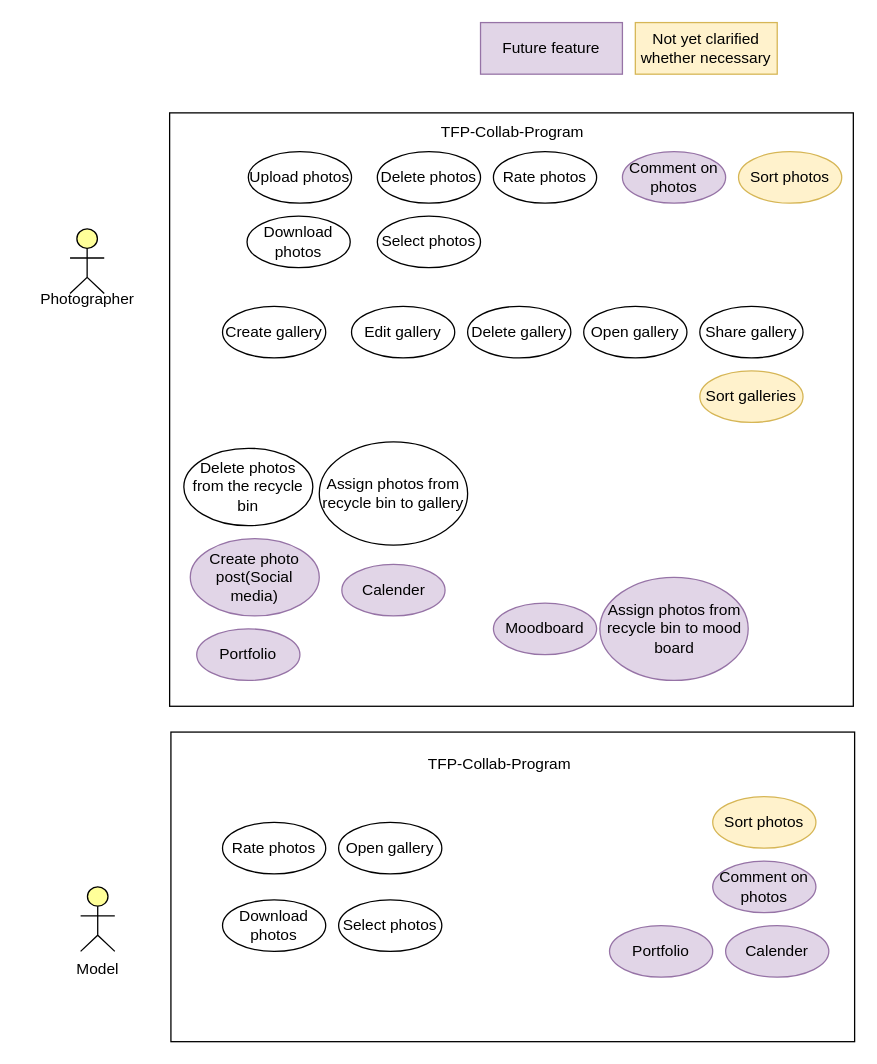
MGuese/tfp-collaboration-platform keeps this draw.io diagram as UseCases/Use Cases Overview.drawio. Above is the earlier version. Source tidied: cells renumbered, new cells numbered last; positions are measured from the earlier drawing's top-left corner, leaving out a move shared by most shapes. Both pictures are drawn from the tidied source at 129%, with x=0, y=0 at pixel (22, 22).
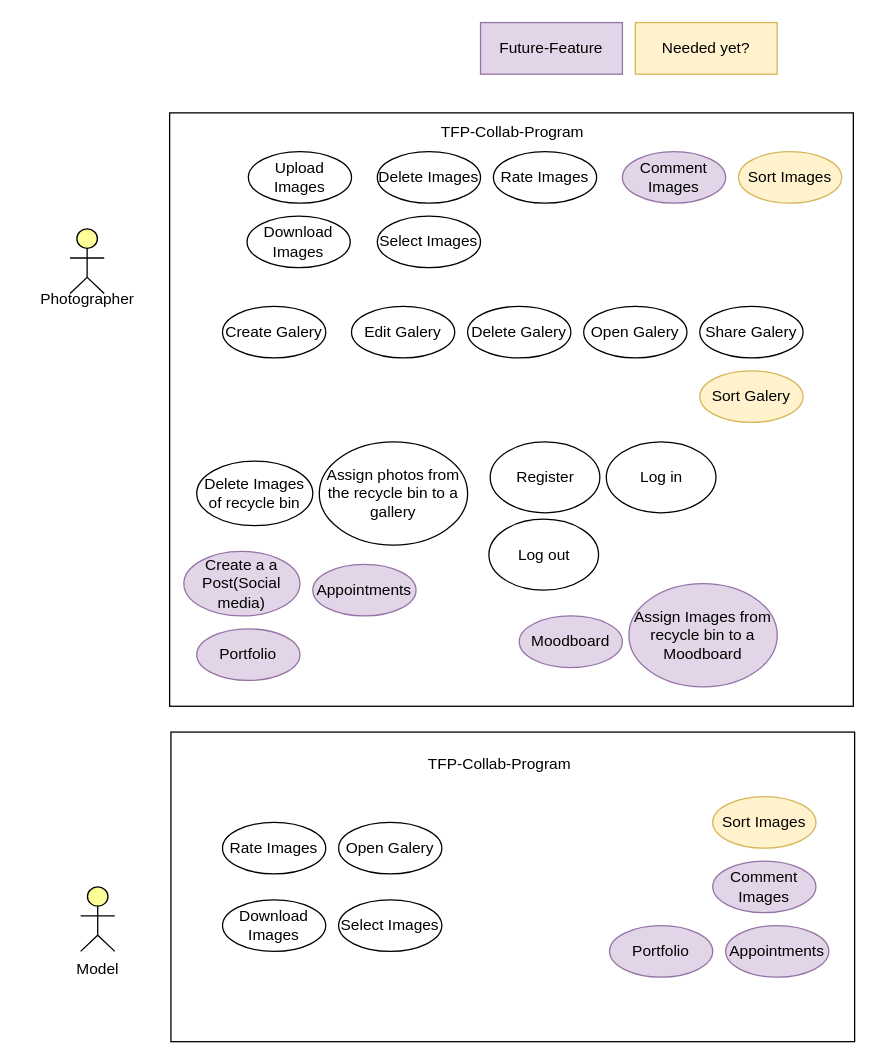
After the change.

Unchanged cells that the change refers to:
```xml
<mxCell id="4" style="group;" parent="1" vertex="1">
  <mxGeometry x="15" y="160" width="85" height="70" as="geometry" />
</mxCell>
```

Change to the diagram source:
```diff
@@
-    <mxCell id="3" value="Upload photos" style="ellipse;html=1;whiteSpace=wrap;" parent="1" vertex="1">
+    <mxCell id="3" value="Upload Images" style="ellipse;whiteSpace=wrap;html=1;" parent="1" vertex="1">
       <mxGeometry x="175" y="100" width="80" height="40" as="geometry" />
     </mxCell>
@@
-    <mxCell id="6" value="&lt;div&gt;Photographer&lt;/div&gt;" style="text;html=1;align=center;verticalAlign=middle;strokeColor=none;fillColor=none;" parent="4" vertex="1">
+    <mxCell id="6" value="Photographer" style="text;html=1;align=center;verticalAlign=middle;strokeColor=none;fillColor=none;" parent="4" vertex="1">
       <mxGeometry x="-15" y="40" width="100" height="30" as="geometry" />
     </mxCell>
@@
-    <mxCell id="8" value="Delete photos" style="ellipse;whiteSpace=wrap;html=1;" parent="1" vertex="1">
+    <mxCell id="8" value="Delete Images" style="ellipse;whiteSpace=wrap;html=1;" parent="1" vertex="1">
       <mxGeometry x="275" y="100" width="80" height="40" as="geometry" />
     </mxCell>
-    <mxCell id="9" value="Create gallery" style="ellipse;whiteSpace=wrap;html=1;" parent="1" vertex="1">
+    <mxCell id="9" value="Create Galery" style="ellipse;whiteSpace=wrap;html=1;" parent="1" vertex="1">
       <mxGeometry x="155" y="220" width="80" height="40" as="geometry" />
     </mxCell>
-    <mxCell id="10" value="Edit gallery" style="ellipse;whiteSpace=wrap;html=1;" parent="1" vertex="1">
+    <mxCell id="10" value="Edit Galery" style="ellipse;whiteSpace=wrap;html=1;" parent="1" vertex="1">
       <mxGeometry x="255" y="220" width="80" height="40" as="geometry" />
     </mxCell>
-    <mxCell id="11" value="Delete gallery" style="ellipse;whiteSpace=wrap;html=1;" parent="1" vertex="1">
+    <mxCell id="11" value="Delete Galery" style="ellipse;whiteSpace=wrap;html=1;" parent="1" vertex="1">
       <mxGeometry x="345" y="220" width="80" height="40" as="geometry" />
     </mxCell>
-    <mxCell id="12" value="Sort photos" style="ellipse;whiteSpace=wrap;html=1;labelBackgroundColor=none;fillColor=#fff2cc;strokeColor=#d6b656;" parent="1" vertex="1">
+    <mxCell id="12" value="Sort Images" style="ellipse;whiteSpace=wrap;html=1;labelBackgroundColor=none;fillColor=#fff2cc;strokeColor=#d6b656;" parent="1" vertex="1">
       <mxGeometry x="555" y="100" width="80" height="40" as="geometry" />
     </mxCell>
-    <mxCell id="13" value="Not yet clarified whether necessary" style="text;html=1;align=center;verticalAlign=middle;whiteSpace=wrap;rounded=0;fillColor=#fff2cc;strokeColor=#d6b656;" parent="1" vertex="1">
+    <mxCell id="13" value="Needed yet?" style="text;html=1;align=center;verticalAlign=middle;whiteSpace=wrap;rounded=0;fillColor=#fff2cc;strokeColor=#d6b656;" parent="1" vertex="1">
       <mxGeometry x="475" width="110" height="40" as="geometry" />
     </mxCell>
-    <mxCell id="14" value="Share gallery" style="ellipse;whiteSpace=wrap;html=1;" parent="1" vertex="1">
+    <mxCell id="14" value="Share Galery" style="ellipse;whiteSpace=wrap;html=1;" parent="1" vertex="1">
       <mxGeometry x="525" y="220" width="80" height="40" as="geometry" />
     </mxCell>
-    <mxCell id="15" value="Open gallery" style="ellipse;whiteSpace=wrap;html=1;" parent="1" vertex="1">
+    <mxCell id="15" value="Open Galery" style="ellipse;whiteSpace=wrap;html=1;" parent="1" vertex="1">
       <mxGeometry x="435" y="220" width="80" height="40" as="geometry" />
     </mxCell>
-    <mxCell id="16" value="Create photo post(Social media)" style="ellipse;whiteSpace=wrap;html=1;labelBackgroundColor=none;fillColor=#e1d5e7;strokeColor=#9673a6;" parent="1" vertex="1">
-      <mxGeometry x="130" y="400" width="100" height="60" as="geometry" />
+    <mxCell id="16" value="Create a a Post(Social media)" style="ellipse;whiteSpace=wrap;html=1;labelBackgroundColor=none;fillColor=#e1d5e7;strokeColor=#9673a6;" parent="1" vertex="1">
+      <mxGeometry x="125" y="410" width="90" height="50" as="geometry" />
     </mxCell>
-    <mxCell id="17" value="Future feature" style="text;html=1;align=center;verticalAlign=middle;whiteSpace=wrap;rounded=0;fillColor=#e1d5e7;strokeColor=#9673a6;" parent="1" vertex="1">
+    <mxCell id="17" value="Future-Feature" style="text;html=1;align=center;verticalAlign=middle;whiteSpace=wrap;rounded=0;fillColor=#e1d5e7;strokeColor=#9673a6;" parent="1" vertex="1">
       <mxGeometry x="355" width="110" height="40" as="geometry" />
     </mxCell>
-    <mxCell id="18" value="Sort galleries" style="ellipse;whiteSpace=wrap;html=1;labelBackgroundColor=none;fillColor=#fff2cc;strokeColor=#d6b656;" parent="1" vertex="1">
+    <mxCell id="18" value="Sort Galery" style="ellipse;whiteSpace=wrap;html=1;labelBackgroundColor=none;fillColor=#fff2cc;strokeColor=#d6b656;" parent="1" vertex="1">
       <mxGeometry x="525" y="270" width="80" height="40" as="geometry" />
     </mxCell>
-    <mxCell id="19" value="Calender" style="ellipse;whiteSpace=wrap;html=1;fillColor=#e1d5e7;strokeColor=#9673a6;" parent="1" vertex="1">
-      <mxGeometry x="247.5" y="420" width="80" height="40" as="geometry" />
+    <mxCell id="19" value="Appointments" style="ellipse;whiteSpace=wrap;html=1;fillColor=#e1d5e7;strokeColor=#9673a6;" parent="1" vertex="1">
+      <mxGeometry x="225" y="420" width="80" height="40" as="geometry" />
     </mxCell>
     <mxCell id="20" value="Moodboard" style="ellipse;whiteSpace=wrap;html=1;fillColor=#e1d5e7;strokeColor=#9673a6;" parent="1" vertex="1">
-      <mxGeometry x="365" y="450" width="80" height="40" as="geometry" />
+      <mxGeometry x="385" y="460" width="80" height="40" as="geometry" />
     </mxCell>
@@
-    <mxCell id="22" value="Rate photos" style="ellipse;whiteSpace=wrap;html=1;" parent="1" vertex="1">
+    <mxCell id="22" value="Rate Images" style="ellipse;whiteSpace=wrap;html=1;" parent="1" vertex="1">
       <mxGeometry x="365" y="100" width="80" height="40" as="geometry" />
     </mxCell>
@@
-    <mxCell id="25" value="Download photos" style="ellipse;whiteSpace=wrap;html=1;" parent="1" vertex="1">
+    <mxCell id="25" value="Download Images" style="ellipse;whiteSpace=wrap;html=1;" parent="1" vertex="1">
       <mxGeometry x="155" y="680" width="80" height="40" as="geometry" />
     </mxCell>
-    <mxCell id="26" value="Open gallery" style="ellipse;whiteSpace=wrap;html=1;" parent="1" vertex="1">
+    <mxCell id="26" value="Open Galery" style="ellipse;whiteSpace=wrap;html=1;" parent="1" vertex="1">
       <mxGeometry x="245" y="620" width="80" height="40" as="geometry" />
     </mxCell>
-    <mxCell id="27" value="Sort photos" style="ellipse;whiteSpace=wrap;html=1;labelBackgroundColor=none;fillColor=#fff2cc;strokeColor=#d6b656;" parent="1" vertex="1">
+    <mxCell id="27" value="Sort Images" style="ellipse;whiteSpace=wrap;html=1;labelBackgroundColor=none;fillColor=#fff2cc;strokeColor=#d6b656;" parent="1" vertex="1">
       <mxGeometry x="535" y="600" width="80" height="40" as="geometry" />
     </mxCell>
-    <mxCell id="28" value="Rate photos" style="ellipse;whiteSpace=wrap;html=1;" parent="1" vertex="1">
+    <mxCell id="28" value="Rate Images" style="ellipse;whiteSpace=wrap;html=1;" parent="1" vertex="1">
       <mxGeometry x="155" y="620" width="80" height="40" as="geometry" />
     </mxCell>
-    <mxCell id="29" value="Download photos" style="ellipse;whiteSpace=wrap;html=1;" parent="1" vertex="1">
+    <mxCell id="29" value="&lt;div&gt;Download Images&lt;/div&gt;" style="ellipse;whiteSpace=wrap;html=1;" parent="1" vertex="1">
       <mxGeometry x="174" y="150" width="80" height="40" as="geometry" />
     </mxCell>
@@
-    <mxCell id="31" value="Comment on photos" style="ellipse;whiteSpace=wrap;html=1;fillColor=#e1d5e7;strokeColor=#9673a6;" parent="1" vertex="1">
+    <mxCell id="31" value="Comment Images" style="ellipse;whiteSpace=wrap;html=1;fillColor=#e1d5e7;strokeColor=#9673a6;" parent="1" vertex="1">
       <mxGeometry x="465" y="100" width="80" height="40" as="geometry" />
     </mxCell>
-    <mxCell id="32" value="Comment on photos" style="ellipse;whiteSpace=wrap;html=1;fillColor=#e1d5e7;strokeColor=#9673a6;" parent="1" vertex="1">
+    <mxCell id="32" value="Comment Images" style="ellipse;whiteSpace=wrap;html=1;fillColor=#e1d5e7;strokeColor=#9673a6;" parent="1" vertex="1">
       <mxGeometry x="535" y="650" width="80" height="40" as="geometry" />
     </mxCell>
-    <mxCell id="33" value="Select photos" style="ellipse;whiteSpace=wrap;html=1;" parent="1" vertex="1">
+    <mxCell id="33" value="Select Images" style="ellipse;whiteSpace=wrap;html=1;" parent="1" vertex="1">
       <mxGeometry x="275" y="150" width="80" height="40" as="geometry" />
     </mxCell>
-    <mxCell id="34" value="Select photos" style="ellipse;whiteSpace=wrap;html=1;" parent="1" vertex="1">
+    <mxCell id="34" value="Select Images" style="ellipse;whiteSpace=wrap;html=1;" parent="1" vertex="1">
       <mxGeometry x="245" y="680" width="80" height="40" as="geometry" />
     </mxCell>
-    <mxCell id="35" value="Calender" style="ellipse;whiteSpace=wrap;html=1;fillColor=#e1d5e7;strokeColor=#9673a6;" parent="1" vertex="1">
+    <mxCell id="35" value="Appointments" style="ellipse;whiteSpace=wrap;html=1;fillColor=#e1d5e7;strokeColor=#9673a6;" parent="1" vertex="1">
       <mxGeometry x="545" y="700" width="80" height="40" as="geometry" />
     </mxCell>
@@
-    <mxCell id="37" value="Delete photos from the recycle bin" style="ellipse;whiteSpace=wrap;html=1;" parent="1" vertex="1">
-      <mxGeometry x="125" y="330" width="100" height="60" as="geometry" />
+    <mxCell id="37" value="Delete Images of recycle bin" style="ellipse;whiteSpace=wrap;html=1;" parent="1" vertex="1">
+      <mxGeometry x="135" y="340" width="90" height="50" as="geometry" />
     </mxCell>
-    <mxCell id="38" value="Assign photos from recycle bin to gallery" style="ellipse;whiteSpace=wrap;html=1;" parent="1" vertex="1">
+    <mxCell id="38" value="Assign photos from the recycle bin to a gallery" style="ellipse;whiteSpace=wrap;html=1;" parent="1" vertex="1">
       <mxGeometry x="230" y="325" width="115" height="80" as="geometry" />
     </mxCell>
-    <mxCell id="39" value="Assign photos from recycle bin to mood board" style="ellipse;whiteSpace=wrap;html=1;fillColor=#e1d5e7;strokeColor=#9673a6;" parent="1" vertex="1">
-      <mxGeometry x="447.5" y="430" width="115" height="80" as="geometry" />
+    <mxCell id="39" value="Assign Images from recycle bin to a Moodboard " style="ellipse;whiteSpace=wrap;html=1;fillColor=#e1d5e7;strokeColor=#9673a6;" parent="1" vertex="1">
+      <mxGeometry x="470" y="435" width="115" height="80" as="geometry" />
     </mxCell>
+    <mxCell id="40" value="Register" style="ellipse;whiteSpace=wrap;html=1;" parent="1" vertex="1">
+      <mxGeometry x="362.5" y="325" width="85" height="55" as="geometry" />
+    </mxCell>
+    <mxCell id="41" value="Log in" style="ellipse;whiteSpace=wrap;html=1;" parent="1" vertex="1">
+      <mxGeometry x="452.5" y="325" width="85" height="55" as="geometry" />
+    </mxCell>
+    <mxCell id="42" value="Log out" style="ellipse;whiteSpace=wrap;html=1;" parent="1" vertex="1">
+      <mxGeometry x="361.5" y="385" width="85" height="55" as="geometry" />
+    </mxCell>
```
